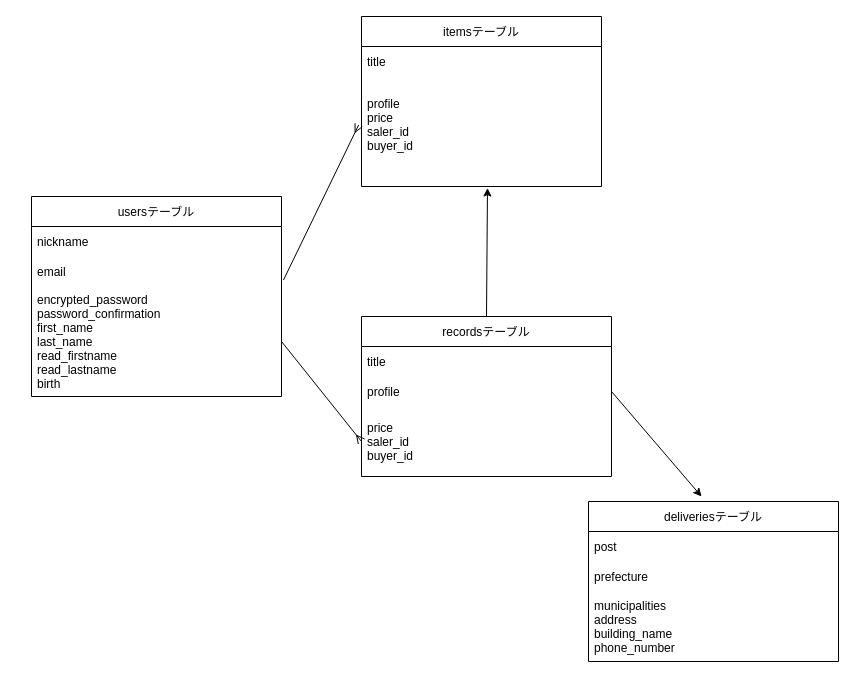
mike1116/furima-37878 keeps this draw.io diagram as furima.dio. Above is the earlier version. Source tidied: cells renumbered, new cells numbered last; positions are measured from the earlier drawing's top-left corner, leaving out a move shared by most shapes. Both pictures are drawn from the tidied source at 100%, with x=0, y=0 at pixel (31, 16).
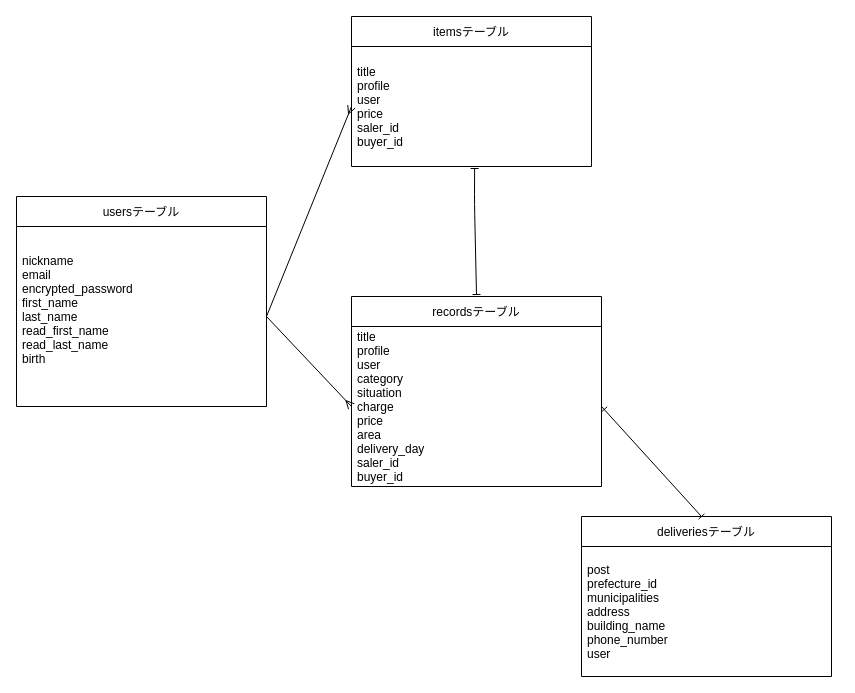
The same page after the edit.

Diff of the diagram source:
```diff
@@
     <mxCell id="2" value="usersテーブル" style="swimlane;fontStyle=0;horizontal=1;startSize=30;" parent="1" vertex="1">
-      <mxGeometry y="180" width="250" height="200" as="geometry" />
+      <mxGeometry x="-15" y="180" width="250" height="210" as="geometry" />
     </mxCell>
-    <mxCell id="3" value="nickname" style="text;strokeColor=none;fillColor=none;align=left;verticalAlign=middle;spacingLeft=4;spacingRight=4;overflow=hidden;points=[[0,0.5],[1,0.5]];portConstraint=eastwest;" parent="2" vertex="1">
-      <mxGeometry y="30" width="250" height="30" as="geometry" />
+    <mxCell id="3" value="nickname&#10;email&#10;encrypted_password&#10;first_name&#10;last_name&#10;read_first_name&#10;read_last_name&#10;birth&#10;" style="text;strokeColor=none;fillColor=none;align=left;verticalAlign=middle;spacingLeft=4;spacingRight=4;overflow=hidden;points=[[0,0.5],[1,0.5]];portConstraint=eastwest;" parent="2" vertex="1">
+      <mxGeometry y="30" width="250" height="180" as="geometry" />
     </mxCell>
-    <mxCell id="4" value="email" style="text;strokeColor=none;fillColor=none;align=left;verticalAlign=middle;spacingLeft=4;spacingRight=4;overflow=hidden;points=[[0,0.5],[1,0.5]];portConstraint=eastwest;" parent="2" vertex="1">
-      <mxGeometry y="60" width="250" height="30" as="geometry" />
-    </mxCell>
-    <mxCell id="5" value="encrypted_password&#10;password_confirmation&#10;first_name&#10;last_name&#10;read_firstname&#10;read_lastname&#10;birth" style="text;strokeColor=none;fillColor=none;align=left;verticalAlign=middle;spacingLeft=4;spacingRight=4;overflow=hidden;points=[[0,0.5],[1,0.5]];portConstraint=eastwest;" parent="2" vertex="1">
-      <mxGeometry y="90" width="250" height="110" as="geometry" />
-    </mxCell>
     <mxCell id="6" value="itemsテーブル" style="swimlane;fontStyle=0;horizontal=1;startSize=30;" parent="1" vertex="1">
-      <mxGeometry x="330" width="240" height="170" as="geometry" />
+      <mxGeometry x="320" width="240" height="150" as="geometry" />
     </mxCell>
-    <mxCell id="7" value="title" style="text;strokeColor=none;fillColor=none;align=left;verticalAlign=middle;spacingLeft=4;spacingRight=4;overflow=hidden;points=[[0,0.5],[1,0.5]];portConstraint=eastwest;" parent="6" vertex="1">
-      <mxGeometry y="30" width="240" height="30" as="geometry" />
+    <mxCell id="7" value="title&#10;profile&#10;user&#10;price&#10;saler_id&#10;buyer_id" style="text;strokeColor=none;fillColor=none;align=left;verticalAlign=middle;spacingLeft=4;spacingRight=4;overflow=hidden;points=[[0,0.5],[1,0.5]];portConstraint=eastwest;" parent="6" vertex="1">
+      <mxGeometry y="30" width="240" height="120" as="geometry" />
     </mxCell>
-    <mxCell id="8" value="profile&#10;price&#10;saler_id&#10;buyer_id&#10;" style="text;strokeColor=none;fillColor=none;align=left;verticalAlign=middle;spacingLeft=4;spacingRight=4;overflow=hidden;points=[[0,0.5],[1,0.5]];portConstraint=eastwest;" parent="6" vertex="1">
-      <mxGeometry y="60" width="240" height="110" as="geometry" />
-    </mxCell>
-    <mxCell id="9" style="html=1;exitX=0.5;exitY=0;exitDx=0;exitDy=0;entryX=0.525;entryY=1.014;entryDx=0;entryDy=0;entryPerimeter=0;rounded=1;strokeColor=default;endArrow=classic;endFill=1;" parent="1" edge="1" source="10" target="8">
-      <mxGeometry relative="1" as="geometry" />
+    <mxCell id="9" style="html=1;exitX=0.5;exitY=0;exitDx=0;exitDy=0;entryX=0.513;entryY=1.033;entryDx=0;entryDy=0;entryPerimeter=0;rounded=1;strokeColor=default;endArrow=baseDash;endFill=0;startArrow=baseDash;startFill=0;" parent="1" edge="1">
+      <mxGeometry relative="1" as="geometry">
+        <mxPoint x="445" y="278" as="sourcePoint" />
+        <mxPoint x="443.1" y="152" as="targetPoint" />
+        <Array as="points">
+          <mxPoint x="443" y="188" />
+        </Array>
+      </mxGeometry>
     </mxCell>
     <mxCell id="10" value="recordsテーブル" style="swimlane;fontStyle=0;horizontal=1;startSize=30;" parent="1" vertex="1">
-      <mxGeometry x="330" y="300" width="250" height="160" as="geometry" />
+      <mxGeometry x="320" y="280" width="250" height="190" as="geometry" />
     </mxCell>
-    <mxCell id="11" value="title" style="text;strokeColor=none;fillColor=none;align=left;verticalAlign=middle;spacingLeft=4;spacingRight=4;overflow=hidden;points=[[0,0.5],[1,0.5]];portConstraint=eastwest;" parent="10" vertex="1">
-      <mxGeometry y="30" width="250" height="30" as="geometry" />
+    <mxCell id="11" value="title&#10;profile&#10;user&#10;category&#10;situation&#10;charge&#10;price&#10;area&#10;delivery_day&#10;saler_id&#10;buyer_id" style="text;strokeColor=none;fillColor=none;align=left;verticalAlign=middle;spacingLeft=4;spacingRight=4;overflow=hidden;points=[[0,0.5],[1,0.5]];portConstraint=eastwest;" parent="10" vertex="1">
+      <mxGeometry y="30" width="250" height="160" as="geometry" />
     </mxCell>
-    <mxCell id="12" value="profile" style="text;strokeColor=none;fillColor=none;align=left;verticalAlign=middle;spacingLeft=4;spacingRight=4;overflow=hidden;points=[[0,0.5],[1,0.5]];portConstraint=eastwest;" parent="10" vertex="1">
-      <mxGeometry y="60" width="250" height="30" as="geometry" />
-    </mxCell>
-    <mxCell id="13" value="price&#10;saler_id&#10;buyer_id" style="text;strokeColor=none;fillColor=none;align=left;verticalAlign=middle;spacingLeft=4;spacingRight=4;overflow=hidden;points=[[0,0.5],[1,0.5]];portConstraint=eastwest;" parent="10" vertex="1">
-      <mxGeometry y="90" width="250" height="70" as="geometry" />
-    </mxCell>
     <mxCell id="14" value="deliveriesテーブル" style="swimlane;fontStyle=0;horizontal=1;startSize=30;" parent="1" vertex="1">
-      <mxGeometry x="557" y="485" width="250" height="160" as="geometry" />
+      <mxGeometry x="550" y="500" width="250" height="160" as="geometry" />
     </mxCell>
-    <mxCell id="15" value="post" style="text;strokeColor=none;fillColor=none;align=left;verticalAlign=middle;spacingLeft=4;spacingRight=4;overflow=hidden;" parent="14" vertex="1">
-      <mxGeometry y="30" width="250" height="30" as="geometry" />
+    <mxCell id="15" value="post&#10;prefecture_id&#10;municipalities&#10;address&#10;building_name&#10;phone_number&#10;user" style="text;strokeColor=none;fillColor=none;align=left;verticalAlign=middle;spacingLeft=4;spacingRight=4;overflow=hidden;" parent="14" vertex="1">
+      <mxGeometry y="30" width="250" height="130" as="geometry" />
     </mxCell>
-    <mxCell id="16" value="prefecture" style="text;strokeColor=none;fillColor=none;align=left;verticalAlign=middle;spacingLeft=4;spacingRight=4;overflow=hidden;" parent="14" vertex="1">
-      <mxGeometry y="60" width="250" height="30" as="geometry" />
-    </mxCell>
-    <mxCell id="17" value="municipalities&#10;address&#10;building_name&#10;phone_number" style="text;strokeColor=none;fillColor=none;align=left;verticalAlign=middle;spacingLeft=4;spacingRight=4;overflow=hidden;" parent="14" vertex="1">
-      <mxGeometry y="90" width="250" height="70" as="geometry" />
-    </mxCell>
-    <mxCell id="18" style="edgeStyle=none;html=1;exitX=1.008;exitY=0.783;exitDx=0;exitDy=0;entryX=-0.012;entryY=0.441;entryDx=0;entryDy=0;endArrow=ERmany;endFill=0;entryPerimeter=0;exitPerimeter=0;" parent="1" edge="1" source="4" target="8">
+    <mxCell id="18" style="edgeStyle=none;html=1;exitX=1;exitY=0.5;exitDx=0;exitDy=0;entryX=0;entryY=0.5;entryDx=0;entryDy=0;endArrow=ERmany;endFill=0;" parent="1" edge="1" source="3" target="7">
       <mxGeometry relative="1" as="geometry" />
     </mxCell>
-    <mxCell id="19" style="edgeStyle=none;rounded=1;html=1;exitX=1;exitY=0.5;exitDx=0;exitDy=0;entryX=0;entryY=0.5;entryDx=0;entryDy=0;endArrow=ERmany;endFill=0;" parent="1" edge="1" source="5" target="13">
+    <mxCell id="19" style="edgeStyle=none;rounded=1;html=1;exitX=1;exitY=0.5;exitDx=0;exitDy=0;entryX=0;entryY=0.5;entryDx=0;entryDy=0;endArrow=ERmany;endFill=0;" parent="1" edge="1" source="3" target="11">
       <mxGeometry relative="1" as="geometry" />
     </mxCell>
-    <mxCell id="20" style="edgeStyle=none;rounded=1;html=1;exitX=1;exitY=0.5;exitDx=0;exitDy=0;" parent="1" edge="1" source="12">
+    <mxCell id="20" style="edgeStyle=none;rounded=1;html=1;exitX=1;exitY=0.5;exitDx=0;exitDy=0;startArrow=ERone;startFill=0;endArrow=baseDash;endFill=0;" parent="1" edge="1">
       <mxGeometry relative="1" as="geometry">
-        <mxPoint x="670" y="480" as="targetPoint" />
+        <mxPoint x="570" y="390" as="sourcePoint" />
+        <mxPoint x="670" y="500" as="targetPoint" />
         <Array as="points">
-          <mxPoint x="670" y="480" />
+          <mxPoint x="670" y="500" />
         </Array>
       </mxGeometry>
     </mxCell>
```
